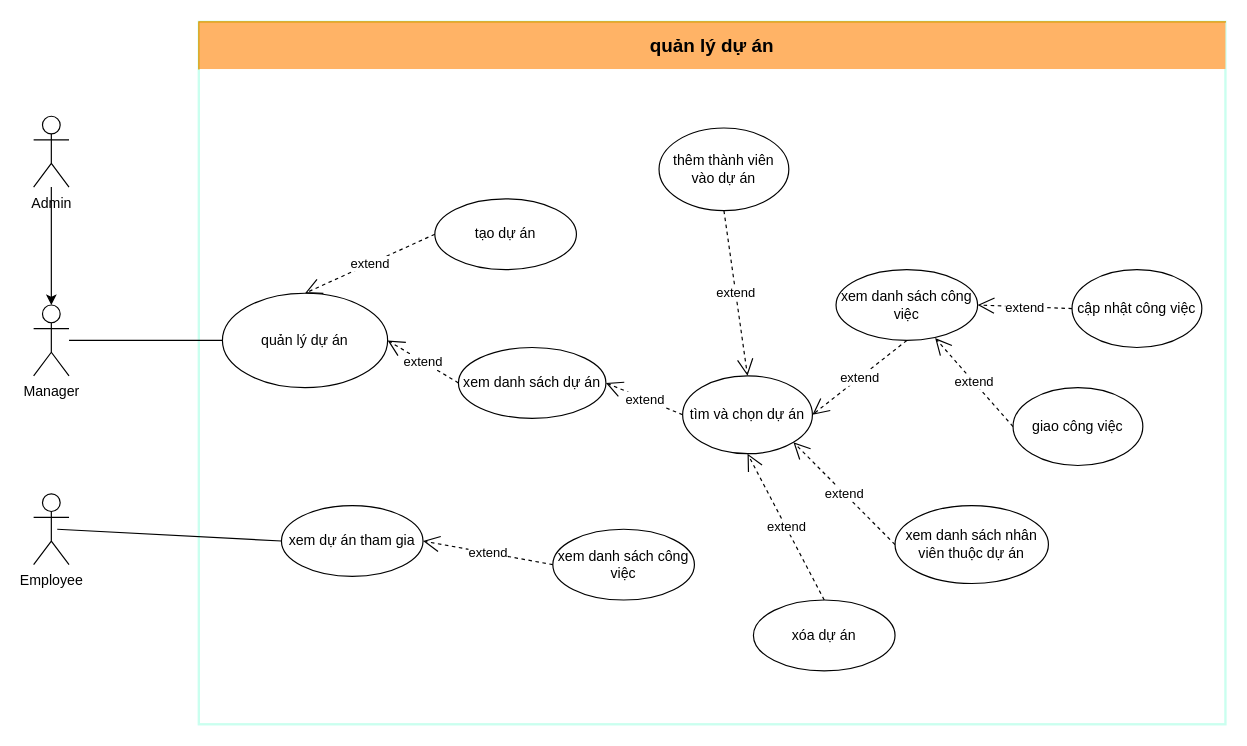
Before: QuanLyDuAn.drawio in hoangda24312/Group4-DesigningSystem, a draw.io diagram. Source tidied: cells renumbered, new cells numbered last; positions are measured from the earlier drawing's top-left corner, leaving out a move shared by most shapes. Both pictures are drawn from the tidied source at 118%, with x=0, y=0 at pixel (33, 21).
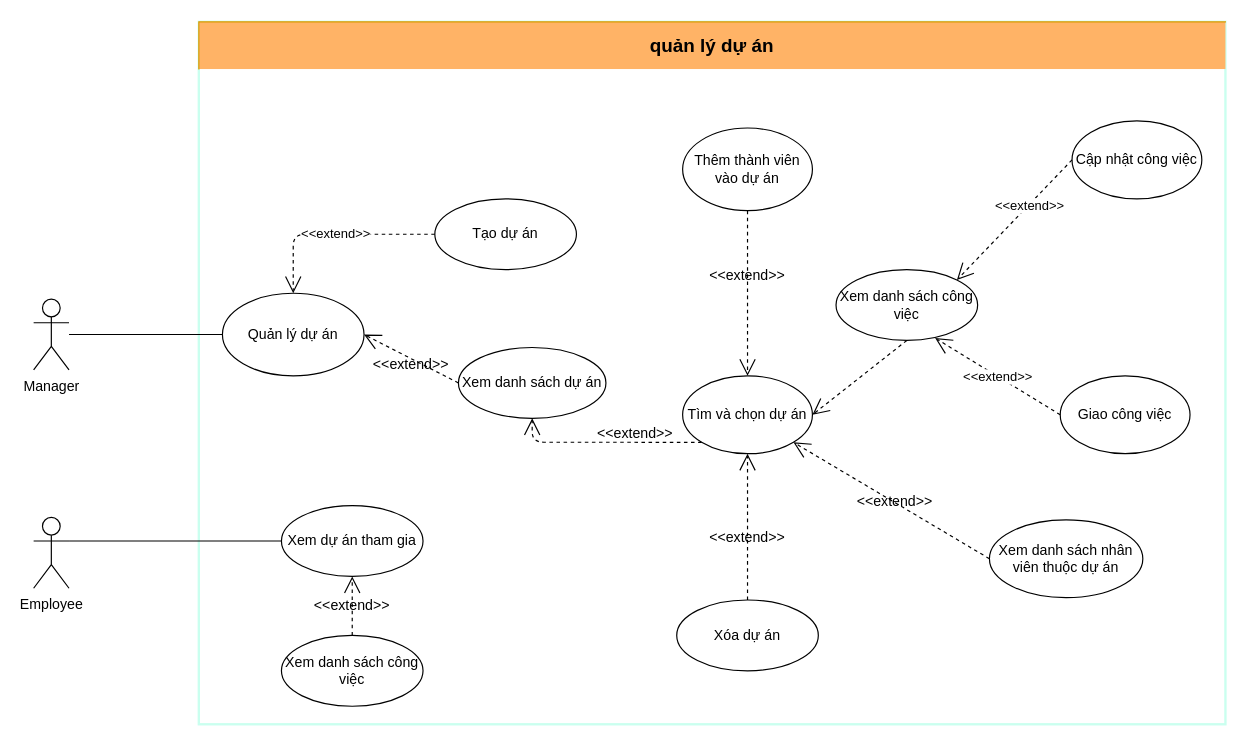
The same diagram, later.

Diff of the diagram source:
```diff
@@
-    <mxCell id="4" style="edgeStyle=orthogonalEdgeStyle;rounded=0;jettySize=auto;html=1;" parent="1" edge="1" source="5" target="6">
-      <mxGeometry relative="1" as="geometry" />
-    </mxCell>
-    <mxCell id="5" value="Admin" style="shape=umlActor;verticalLabelPosition=bottom;verticalAlign=top;html=1;outlineConnect=0;" parent="1" vertex="1">
-      <mxGeometry y="80" width="30" height="60" as="geometry" />
-    </mxCell>
     <mxCell id="6" value="Manager" style="shape=umlActor;verticalLabelPosition=bottom;verticalAlign=top;html=1;outlineConnect=0;" parent="1" vertex="1">
-      <mxGeometry y="240" width="30" height="60" as="geometry" />
+      <mxGeometry y="235" width="30" height="60" as="geometry" />
     </mxCell>
     <mxCell id="7" value="Employee" style="shape=umlActor;verticalLabelPosition=bottom;verticalAlign=top;html=1;outlineConnect=0;" parent="1" vertex="1">
-      <mxGeometry y="400" width="30" height="60" as="geometry" />
+      <mxGeometry y="420" width="30" height="60" as="geometry" />
     </mxCell>
-    <mxCell id="8" value="quản lý dự án" style="ellipse;whiteSpace=wrap;html=1;" parent="1" vertex="1">
-      <mxGeometry x="160" y="230" width="140" height="80" as="geometry" />
+    <mxCell id="8" value="Quản lý dự án" style="ellipse;whiteSpace=wrap;html=1;" parent="1" vertex="1">
+      <mxGeometry x="160" y="230" width="120" height="70" as="geometry" />
     </mxCell>
-    <mxCell id="9" value="xem danh sách dự án" style="ellipse;whiteSpace=wrap;html=1;" parent="1" vertex="1">
+    <mxCell id="9" value="Xem danh sách dự án" style="ellipse;whiteSpace=wrap;html=1;" parent="1" vertex="1">
       <mxGeometry x="360" y="276" width="125" height="60" as="geometry" />
     </mxCell>
-    <mxCell id="10" value="xem dự án tham gia" style="ellipse;whiteSpace=wrap;html=1;" parent="1" vertex="1">
+    <mxCell id="10" value="Xem dự án tham gia" style="ellipse;whiteSpace=wrap;html=1;" parent="1" vertex="1">
       <mxGeometry x="210" y="410" width="120" height="60" as="geometry" />
     </mxCell>
-    <mxCell id="11" value="xem danh sách công việc" style="ellipse;whiteSpace=wrap;html=1;" parent="1" vertex="1">
-      <mxGeometry x="440" y="430" width="120" height="60" as="geometry" />
+    <mxCell id="11" value="Xem danh sách công việc" style="ellipse;whiteSpace=wrap;html=1;" parent="1" vertex="1">
+      <mxGeometry x="210" y="520" width="120" height="60" as="geometry" />
     </mxCell>
@@
-    <mxCell id="13" value="extend" style="endArrow=open;endSize=12;dashed=1;html=1;exitX=0;exitY=0.5;exitDx=0;exitDy=0;entryX=1;entryY=0.5;entryDx=0;entryDy=0;" parent="1" edge="1" source="9" target="8">
+    <mxCell id="13" style="endArrow=open;endSize=12;dashed=1;html=1;exitX=0;exitY=0.5;exitDx=0;exitDy=0;entryX=1;entryY=0.5;entryDx=0;entryDy=0;" parent="1" edge="1" source="9" target="8">
       <mxGeometry relative="1" as="geometry" />
     </mxCell>
-    <mxCell id="14" style="endArrow=none;html=1;rounded=0;entryX=0;entryY=0.5;entryDx=0;entryDy=0;" parent="1" edge="1" target="10">
-      <mxGeometry relative="1" as="geometry">
-        <mxPoint x="20" y="430" as="sourcePoint" />
-      </mxGeometry>
+    <mxCell id="14" style="endArrow=none;html=1;rounded=0;entryX=0;entryY=0.5;entryDx=0;entryDy=0;exitX=1;exitY=0.3333333333333333;exitDx=0;exitDy=0;exitPerimeter=0;" parent="1" edge="1" source="7" target="10">
+      <mxGeometry relative="1" as="geometry" />
     </mxCell>
-    <mxCell id="15" value="tạo dự án" style="ellipse;whiteSpace=wrap;html=1;" parent="1" vertex="1">
+    <mxCell id="15" value="Tạo dự án" style="ellipse;whiteSpace=wrap;html=1;" parent="1" vertex="1">
       <mxGeometry x="340" y="150" width="120" height="60" as="geometry" />
     </mxCell>
-    <mxCell id="16" value="extend" style="endArrow=open;endSize=12;dashed=1;html=1;exitX=0;exitY=0.5;exitDx=0;exitDy=0;entryX=1;entryY=0.5;entryDx=0;entryDy=0;" parent="1" edge="1" source="11" target="10">
-      <mxGeometry relative="1" as="geometry" />
-    </mxCell>
-    <mxCell id="17" value="extend" style="endArrow=open;endSize=12;dashed=1;html=1;exitX=0;exitY=0.5;exitDx=0;exitDy=0;entryX=0.5;entryY=0;entryDx=0;entryDy=0;" parent="1" edge="1" source="15" target="8">
-      <mxGeometry relative="1" as="geometry" />
+    <mxCell id="17" value="&amp;lt;&amp;lt;extend&amp;gt;&amp;gt;" style="endArrow=open;endSize=12;dashed=1;html=1;exitX=0;exitY=0.5;exitDx=0;exitDy=0;entryX=0.5;entryY=0;entryDx=0;entryDy=0;edgeStyle=orthogonalEdgeStyle;" parent="1" edge="1" source="15" target="8">
+      <mxGeometry x="-0.01" relative="1" as="geometry" />
     </mxCell>
-    <mxCell id="18" value="xóa dự án" style="ellipse;whiteSpace=wrap;html=1;" parent="1" vertex="1">
-      <mxGeometry x="610" y="490" width="120" height="60" as="geometry" />
+    <mxCell id="18" value="Xóa dự án" style="ellipse;whiteSpace=wrap;html=1;" parent="1" vertex="1">
+      <mxGeometry x="545" y="490" width="120" height="60" as="geometry" />
     </mxCell>
-    <mxCell id="19" value="extend" style="endArrow=open;endSize=12;dashed=1;html=1;exitX=0.5;exitY=0;exitDx=0;exitDy=0;entryX=0.5;entryY=1;entryDx=0;entryDy=0;" parent="1" edge="1" source="18" target="25">
+    <mxCell id="19" style="endArrow=open;endSize=12;dashed=1;html=1;exitX=0.5;exitY=0;exitDx=0;exitDy=0;entryX=0.5;entryY=1;entryDx=0;entryDy=0;" parent="1" edge="1" source="18" target="25">
       <mxGeometry relative="1" as="geometry" />
     </mxCell>
-    <mxCell id="20" value="thêm thành viên vào dự án" style="ellipse;whiteSpace=wrap;html=1;" parent="1" vertex="1">
-      <mxGeometry x="530" y="90" width="110" height="70" as="geometry" />
+    <mxCell id="20" value="Thêm thành viên vào dự án" style="ellipse;whiteSpace=wrap;html=1;" parent="1" vertex="1">
+      <mxGeometry x="550" y="90" width="110" height="70" as="geometry" />
     </mxCell>
-    <mxCell id="21" value="giao công việc" style="ellipse;whiteSpace=wrap;html=1;" parent="1" vertex="1">
-      <mxGeometry x="830" y="310" width="110" height="66" as="geometry" />
+    <mxCell id="21" value="Giao công việc" style="ellipse;whiteSpace=wrap;html=1;" parent="1" vertex="1">
+      <mxGeometry x="870" y="300" width="110" height="66" as="geometry" />
     </mxCell>
-    <mxCell id="22" value="extend" style="endArrow=open;endSize=12;dashed=1;html=1;exitX=0.5;exitY=1;exitDx=0;exitDy=0;entryX=0.5;entryY=0;entryDx=0;entryDy=0;" parent="1" edge="1" source="20" target="25">
+    <mxCell id="22" style="endArrow=open;endSize=12;dashed=1;html=1;exitX=0.5;exitY=1;exitDx=0;exitDy=0;entryX=0.5;entryY=0;entryDx=0;entryDy=0;" parent="1" edge="1" source="20" target="25">
       <mxGeometry relative="1" as="geometry" />
     </mxCell>
-    <mxCell id="23" value="extend" style="endArrow=open;endSize=12;dashed=1;html=1;exitX=0;exitY=0.5;exitDx=0;exitDy=0;entryX=0.7;entryY=0.967;entryDx=0;entryDy=0;entryPerimeter=0;" parent="1" edge="1" source="21" target="27">
+    <mxCell id="23" value="&amp;lt;&amp;lt;extend&amp;gt;&amp;gt;" style="endArrow=open;endSize=12;dashed=1;html=1;exitX=0;exitY=0.5;exitDx=0;exitDy=0;entryX=0.7;entryY=0.967;entryDx=0;entryDy=0;entryPerimeter=0;" parent="1" edge="1" source="21" target="27">
       <mxGeometry relative="1" as="geometry" />
     </mxCell>
-    <mxCell id="24" value="cập nhật công việc" style="ellipse;whiteSpace=wrap;html=1;" parent="1" vertex="1">
-      <mxGeometry x="880" y="210" width="110" height="66" as="geometry" />
+    <mxCell id="24" value="Cập nhật công việc" style="ellipse;whiteSpace=wrap;html=1;" parent="1" vertex="1">
+      <mxGeometry x="880" y="84" width="110" height="66" as="geometry" />
     </mxCell>
-    <mxCell id="25" value="tìm và chọn dự án" style="ellipse;whiteSpace=wrap;html=1;" parent="1" vertex="1">
+    <mxCell id="25" value="Tìm và chọn dự án" style="ellipse;whiteSpace=wrap;html=1;" parent="1" vertex="1">
       <mxGeometry x="550" y="300" width="110" height="66" as="geometry" />
     </mxCell>
-    <mxCell id="26" value="extend" style="endArrow=open;endSize=12;dashed=1;html=1;exitX=0;exitY=0.5;exitDx=0;exitDy=0;entryX=1;entryY=0.5;entryDx=0;entryDy=0;" parent="1" edge="1" source="25" target="9">
+    <mxCell id="26" style="endArrow=open;endSize=12;dashed=1;html=1;exitX=0;exitY=1;exitDx=0;exitDy=0;entryX=0.5;entryY=1;entryDx=0;entryDy=0;edgeStyle=orthogonalEdgeStyle;" parent="1" edge="1" source="25" target="9">
       <mxGeometry relative="1" as="geometry" />
     </mxCell>
-    <mxCell id="27" value="xem danh sách công việc" style="ellipse;whiteSpace=wrap;html=1;" parent="1" vertex="1">
+    <mxCell id="27" value="Xem danh sách công việc" style="ellipse;whiteSpace=wrap;html=1;" parent="1" vertex="1">
       <mxGeometry x="680" y="210" width="120" height="60" as="geometry" />
     </mxCell>
-    <mxCell id="28" value="extend" style="endArrow=open;endSize=12;dashed=1;html=1;exitX=0;exitY=0.5;exitDx=0;exitDy=0;entryX=1;entryY=0.5;entryDx=0;entryDy=0;" parent="1" edge="1" source="24" target="27">
-      <mxGeometry relative="1" as="geometry" />
+    <mxCell id="28" value="&amp;lt;&amp;lt;extend&amp;gt;&amp;gt;" style="endArrow=open;endSize=12;dashed=1;html=1;exitX=0;exitY=0.5;exitDx=0;exitDy=0;entryX=1;entryY=0;entryDx=0;entryDy=0;" parent="1" edge="1" source="24" target="27">
+      <mxGeometry x="-0.25" y="1" relative="1" as="geometry" />
     </mxCell>
-    <mxCell id="29" value="extend" style="endArrow=open;endSize=12;dashed=1;html=1;exitX=0.5;exitY=1;exitDx=0;exitDy=0;entryX=1;entryY=0.5;entryDx=0;entryDy=0;" parent="1" edge="1" source="27" target="25">
-      <mxGeometry relative="1" as="geometry" />
-    </mxCell>
-    <mxCell id="30" value="xem danh sách nhân viên thuộc dự án" style="ellipse;whiteSpace=wrap;html=1;" parent="1" vertex="1">
-      <mxGeometry x="730" y="410" width="130" height="66" as="geometry" />
+    <mxCell id="30" value="Xem danh sách nhân viên thuộc dự án" style="ellipse;whiteSpace=wrap;html=1;" parent="1" vertex="1">
+      <mxGeometry x="810" y="422" width="130" height="66" as="geometry" />
     </mxCell>
-    <mxCell id="31" value="extend" style="endArrow=open;endSize=12;dashed=1;html=1;exitX=0;exitY=0.5;exitDx=0;exitDy=0;entryX=1;entryY=1;entryDx=0;entryDy=0;" parent="1" edge="1" source="30" target="25">
+    <mxCell id="31" style="endArrow=open;endSize=12;dashed=1;html=1;exitX=0;exitY=0.5;exitDx=0;exitDy=0;entryX=1;entryY=1;entryDx=0;entryDy=0;" parent="1" edge="1" source="30" target="25">
       <mxGeometry relative="1" as="geometry" />
     </mxCell>
+    <mxCell id="32" value="&amp;lt;&amp;lt;extend&amp;gt;&amp;gt;" style="text;html=1;whiteSpace=wrap;strokeColor=none;fillColor=none;align=center;verticalAlign=middle;rounded=0;" parent="1" vertex="1">
+      <mxGeometry x="290" y="276" width="60" height="30" as="geometry" />
+    </mxCell>
+    <mxCell id="33" value="&amp;lt;&amp;lt;extend&amp;gt;&amp;gt;" style="text;html=1;whiteSpace=wrap;strokeColor=none;fillColor=none;align=center;verticalAlign=middle;rounded=0;" parent="1" vertex="1">
+      <mxGeometry x="575" y="422" width="60" height="30" as="geometry" />
+    </mxCell>
+    <mxCell id="34" value="&amp;lt;&amp;lt;extend&amp;gt;&amp;gt;" style="text;html=1;whiteSpace=wrap;strokeColor=none;fillColor=none;align=center;verticalAlign=middle;rounded=0;" parent="1" vertex="1">
+      <mxGeometry x="700" y="392" width="60" height="30" as="geometry" />
+    </mxCell>
+    <mxCell id="29" style="endArrow=open;endSize=12;dashed=1;html=1;exitX=0.5;exitY=1;exitDx=0;exitDy=0;entryX=1;entryY=0.5;entryDx=0;entryDy=0;" parent="1" edge="1" source="27" target="25">
+      <mxGeometry relative="1" as="geometry" />
+    </mxCell>
+    <mxCell id="35" value="&amp;lt;&amp;lt;extend&amp;gt;&amp;gt;" style="text;html=1;whiteSpace=wrap;strokeColor=none;fillColor=none;align=center;verticalAlign=middle;rounded=0;" parent="1" vertex="1">
+      <mxGeometry x="575" y="200" width="60" height="30" as="geometry" />
+    </mxCell>
+    <mxCell id="36" value="&amp;lt;&amp;lt;extend&amp;gt;&amp;gt;" style="text;html=1;whiteSpace=wrap;strokeColor=none;fillColor=none;align=center;verticalAlign=middle;rounded=0;" parent="1" vertex="1">
+      <mxGeometry x="480" y="334" width="60" height="30" as="geometry" />
+    </mxCell>
+    <mxCell id="16" style="endArrow=open;endSize=12;dashed=1;html=1;exitX=0.5;exitY=0;exitDx=0;exitDy=0;entryX=0.5;entryY=1;entryDx=0;entryDy=0;" parent="1" edge="1" source="11" target="10">
+      <mxGeometry relative="1" as="geometry" />
+    </mxCell>
+    <mxCell id="37" value="&amp;lt;&amp;lt;extend&amp;gt;&amp;gt;" style="text;html=1;whiteSpace=wrap;strokeColor=none;fillColor=none;align=center;verticalAlign=middle;rounded=0;" parent="1" vertex="1">
+      <mxGeometry x="240" y="480" width="60" height="30" as="geometry" />
+    </mxCell>
```
